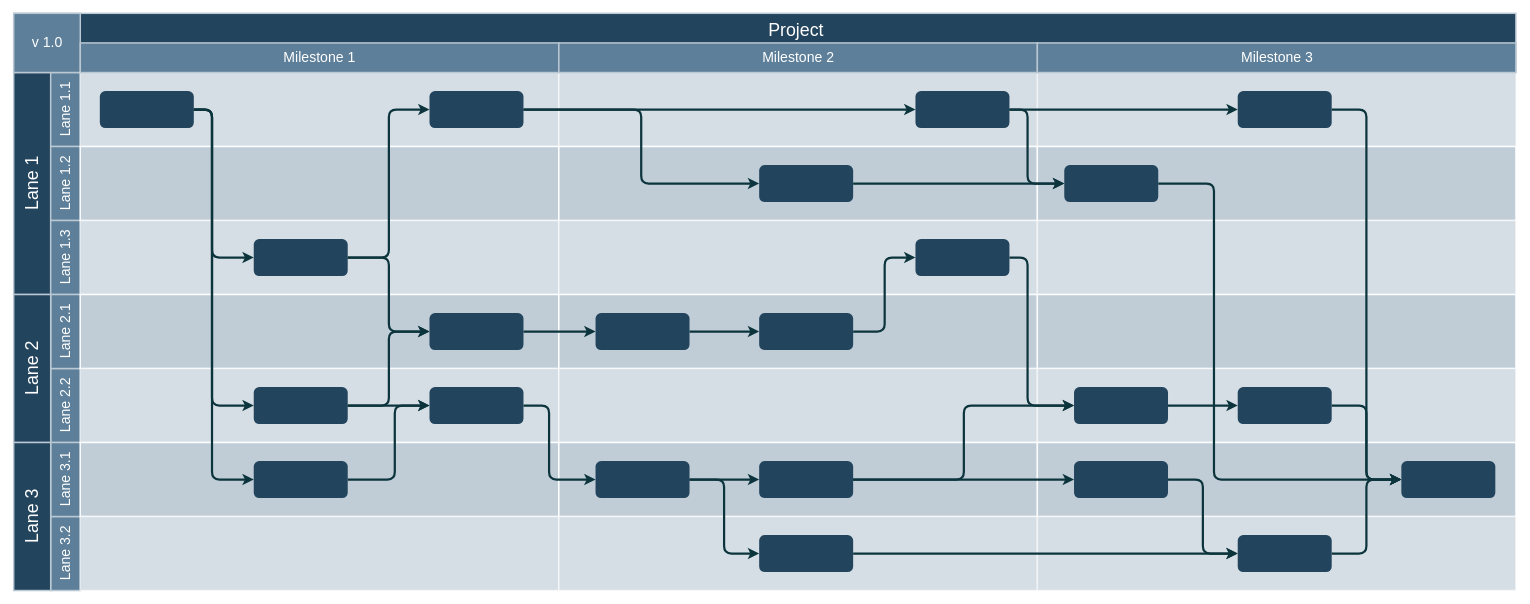
Before: images/Untitled Diagram.drawio in caferoman/caferoman.github.io, a draw.io diagram. Source tidied: cells renumbered, new cells numbered last; positions are measured from the earlier drawing's top-left corner, leaving out a move shared by most shapes. Both pictures are drawn from the tidied source at 74%, with x=0, y=0 at pixel (13, 13).
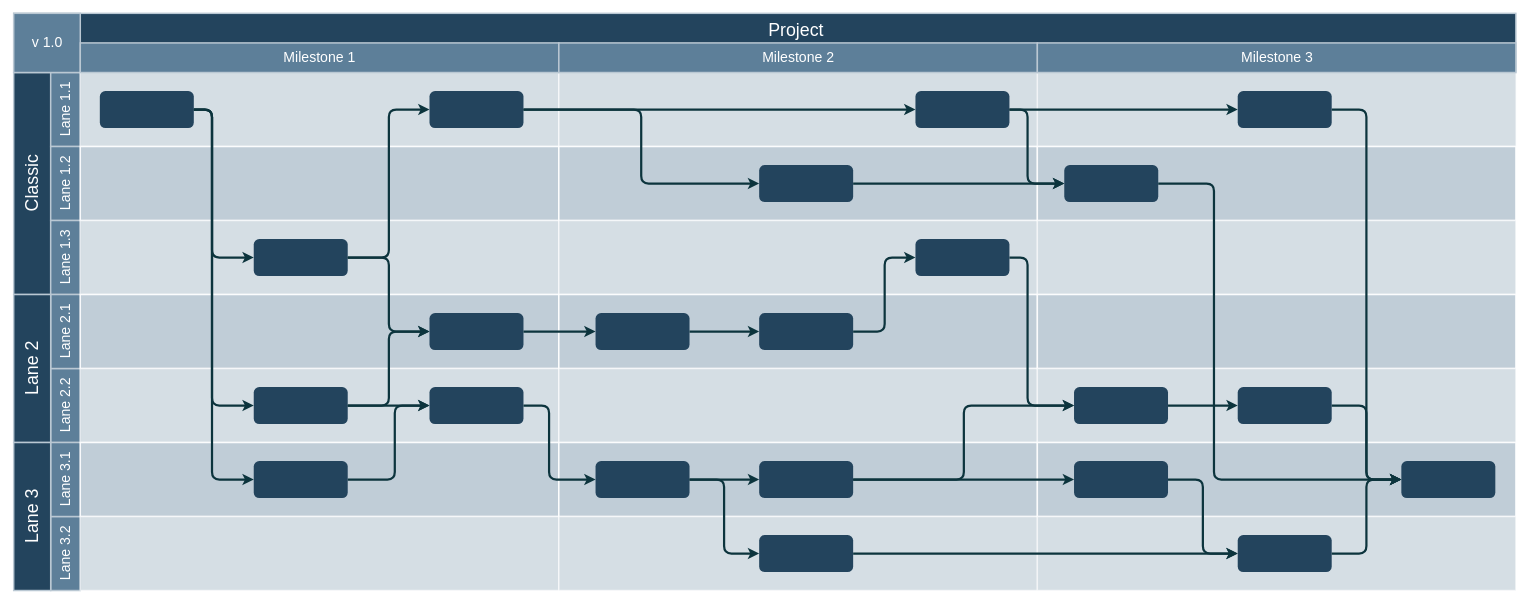
Above is the later version.

The edit, as a diff of the source:
```diff
@@
-    <mxCell id="3" value="Lane 1" style="strokeColor=#BAC8D3;fillColor=#23445D;fontSize=24;strokeWidth=2;horizontal=0;fontFamily=Helvetica;html=1;fontColor=#FFFFFF;fontStyle=0;" parent="1" vertex="1">
+    <mxCell id="3" value="Classic" style="strokeColor=#BAC8D3;fillColor=#23445D;fontSize=24;strokeWidth=2;horizontal=0;fontFamily=Helvetica;html=1;fontColor=#FFFFFF;fontStyle=0;" parent="1" vertex="1">
       <mxGeometry y="80.5" width="50" height="300" as="geometry" />
     </mxCell>
```
